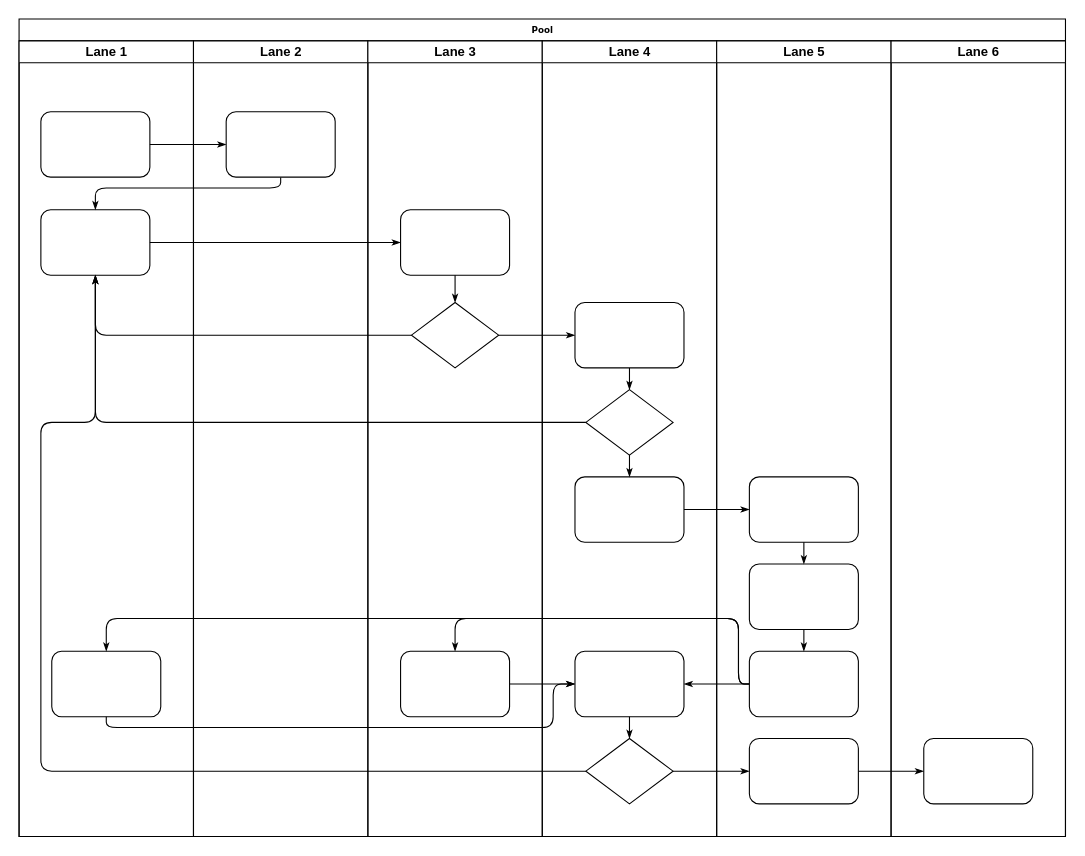
Before: page "Page-1" (1 of 2) of Docs/Swimlane1.drawio in rajh-phuyal/42Transcendence, a draw.io diagram. Source tidied: cells renumbered, new cells numbered last; positions are measured from the earlier drawing's top-left corner, leaving out a move shared by most shapes. Both pictures are drawn from the tidied source at 109%, with x=0, y=0 at pixel (19, 19).
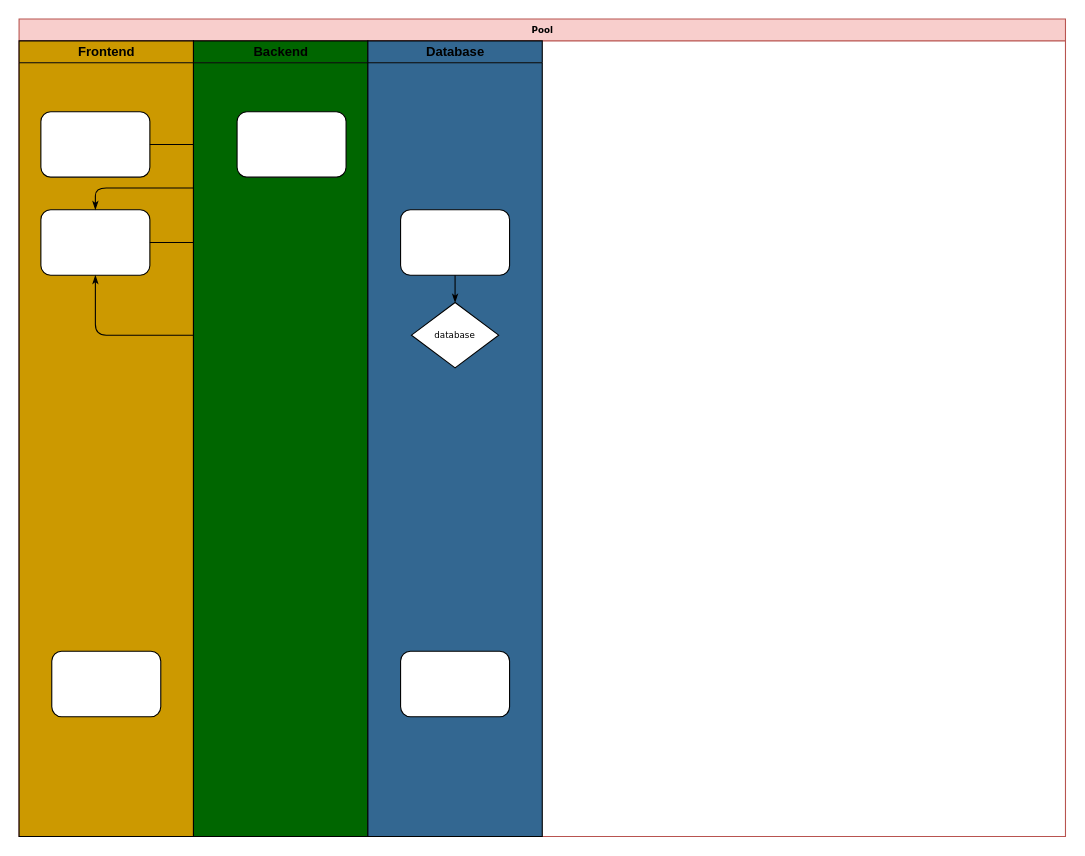
After the change.

The change refers to these unchanged cells:
```xml
<mxCell id="4" style="rounded=1;whiteSpace=wrap;html=1;shadow=0;labelBackgroundColor=none;strokeWidth=1;fontFamily=Verdana;fontSize=8;align=center;" parent="3" vertex="1">
  <mxGeometry x="20" y="65" width="100" height="60" as="geometry" />
</mxCell>
<mxCell id="5" style="rounded=1;whiteSpace=wrap;html=1;shadow=0;labelBackgroundColor=none;strokeWidth=1;fontFamily=Verdana;fontSize=8;align=center;" parent="3" vertex="1">
  <mxGeometry x="20" y="155" width="100" height="60" as="geometry" />
</mxCell>
<mxCell id="6" style="rounded=1;whiteSpace=wrap;html=1;shadow=0;labelBackgroundColor=none;strokeWidth=1;fontFamily=Verdana;fontSize=8;align=center;" parent="3" vertex="1">
  <mxGeometry x="30" y="560" width="100" height="60" as="geometry" />
</mxCell>
<mxCell id="27" style="rounded=1;whiteSpace=wrap;html=1;shadow=0;labelBackgroundColor=none;strokeWidth=1;fontFamily=Verdana;fontSize=8;align=center;" parent="24" vertex="1">
  <mxGeometry x="30" y="560" width="100" height="60" as="geometry" />
</mxCell>
```

What changed in the source:
```diff
@@
-    <mxCell id="2" value="Pool" style="swimlane;html=1;startSize=20;rounded=0;shadow=0;labelBackgroundColor=none;strokeWidth=1;fontFamily=Verdana;fontSize=8;align=center;" parent="1" vertex="1">
+    <mxCell id="2" value="Pool" style="swimlane;html=1;startSize=20;rounded=0;shadow=0;labelBackgroundColor=none;strokeWidth=1;fontFamily=Verdana;fontSize=8;align=center;fillColor=#f8cecc;strokeColor=#b85450;" parent="1" vertex="1">
       <mxGeometry width="960" height="750" as="geometry" />
     </mxCell>
-    <mxCell id="3" value="Lane 1" style="swimlane;html=1;startSize=20;" parent="2" vertex="1">
+    <mxCell id="3" value="&lt;span style=&quot;background-color: rgb(204, 153, 0);&quot;&gt;Frontend&lt;/span&gt;" style="swimlane;html=1;startSize=20;fillColor=#cc9900;swimlaneFillColor=#cc9900;gradientColor=none;" parent="2" vertex="1">
       <mxGeometry y="20" width="160" height="730" as="geometry" />
     </mxCell>
@@
-    <mxCell id="7" style="edgeStyle=orthogonalEdgeStyle;rounded=1;html=1;labelBackgroundColor=none;startArrow=none;startFill=0;startSize=5;endArrow=classicThin;endFill=1;endSize=5;jettySize=auto;strokeWidth=1;fontFamily=Verdana;fontSize=8;" parent="2" edge="1" source="4" target="23">
-      <mxGeometry relative="1" as="geometry" />
-    </mxCell>
@@
-    <mxCell id="11" style="edgeStyle=orthogonalEdgeStyle;rounded=1;html=1;labelBackgroundColor=none;startArrow=none;startFill=0;startSize=5;endArrow=classicThin;endFill=1;endSize=5;jettySize=auto;strokeWidth=1;fontFamily=Verdana;fontSize=8;" parent="2" edge="1" source="31" target="5">
-      <mxGeometry relative="1" as="geometry" />
-    </mxCell>
-    <mxCell id="12" style="edgeStyle=orthogonalEdgeStyle;rounded=1;html=1;labelBackgroundColor=none;startArrow=none;startFill=0;startSize=5;endArrow=classicThin;endFill=1;endSize=5;jettySize=auto;strokeWidth=1;fontFamily=Verdana;fontSize=8;" parent="2" edge="1" source="34" target="5">
-      <mxGeometry relative="1" as="geometry">
-        <Array as="points">
-          <mxPoint x="20" y="690" />
-          <mxPoint x="20" y="370" />
-          <mxPoint x="70" y="370" />
-        </Array>
-      </mxGeometry>
-    </mxCell>
-    <mxCell id="13" style="edgeStyle=orthogonalEdgeStyle;rounded=1;html=1;labelBackgroundColor=none;startArrow=none;startFill=0;startSize=5;endArrow=classicThin;endFill=1;endSize=5;jettySize=auto;strokeWidth=1;fontFamily=Verdana;fontSize=8;" parent="2" edge="1" source="26" target="30">
-      <mxGeometry relative="1" as="geometry" />
-    </mxCell>
-    <mxCell id="14" style="edgeStyle=orthogonalEdgeStyle;rounded=1;html=1;labelBackgroundColor=none;startArrow=none;startFill=0;startSize=5;endArrow=classicThin;endFill=1;endSize=5;jettySize=auto;strokeWidth=1;fontFamily=Verdana;fontSize=8;" parent="2" edge="1" source="34" target="42">
-      <mxGeometry relative="1" as="geometry" />
-    </mxCell>
-    <mxCell id="15" style="edgeStyle=orthogonalEdgeStyle;rounded=1;html=1;labelBackgroundColor=none;startArrow=none;startFill=0;startSize=5;endArrow=classicThin;endFill=1;endSize=5;jettySize=auto;strokeWidth=1;fontFamily=Verdana;fontSize=8;" parent="2" edge="1" source="42" target="46">
-      <mxGeometry relative="1" as="geometry" />
-    </mxCell>
-    <mxCell id="16" style="edgeStyle=orthogonalEdgeStyle;rounded=1;html=1;labelBackgroundColor=none;startArrow=none;startFill=0;startSize=5;endArrow=classicThin;endFill=1;endSize=5;jettySize=auto;strokeWidth=1;fontFamily=Verdana;fontSize=8;" parent="2" edge="1" source="32" target="39">
-      <mxGeometry relative="1" as="geometry" />
-    </mxCell>
-    <mxCell id="17" style="edgeStyle=orthogonalEdgeStyle;rounded=1;html=1;labelBackgroundColor=none;startArrow=none;startFill=0;startSize=5;endArrow=classicThin;endFill=1;endSize=5;jettySize=auto;strokeWidth=1;fontFamily=Verdana;fontSize=8;" parent="2" edge="1" source="41" target="27">
-      <mxGeometry relative="1" as="geometry">
-        <Array as="points">
-          <mxPoint x="660" y="610" />
-          <mxPoint x="660" y="550" />
-          <mxPoint x="400" y="550" />
-        </Array>
-      </mxGeometry>
-    </mxCell>
-    <mxCell id="18" style="edgeStyle=orthogonalEdgeStyle;rounded=1;html=1;labelBackgroundColor=none;startArrow=none;startFill=0;startSize=5;endArrow=classicThin;endFill=1;endSize=5;jettySize=auto;strokeColor=#000000;strokeWidth=1;fontFamily=Verdana;fontSize=8;fontColor=#000000;" parent="2" edge="1" source="41" target="33">
-      <mxGeometry relative="1" as="geometry" />
-    </mxCell>
-    <mxCell id="19" style="edgeStyle=orthogonalEdgeStyle;rounded=1;html=1;labelBackgroundColor=none;startArrow=none;startFill=0;startSize=5;endArrow=classicThin;endFill=1;endSize=5;jettySize=auto;strokeWidth=1;fontFamily=Verdana;fontSize=8;" parent="2" edge="1" source="41" target="6">
-      <mxGeometry relative="1" as="geometry">
-        <Array as="points">
-          <mxPoint x="660" y="610" />
-          <mxPoint x="660" y="550" />
-          <mxPoint x="80" y="550" />
-        </Array>
-      </mxGeometry>
-    </mxCell>
-    <mxCell id="20" style="edgeStyle=orthogonalEdgeStyle;rounded=1;html=1;labelBackgroundColor=none;startArrow=none;startFill=0;startSize=5;endArrow=classicThin;endFill=1;endSize=5;jettySize=auto;strokeWidth=1;fontFamily=Verdana;fontSize=8;" parent="2" edge="1" source="6" target="33">
-      <mxGeometry relative="1" as="geometry">
-        <Array as="points">
-          <mxPoint x="80" y="650" />
-          <mxPoint x="490" y="650" />
-          <mxPoint x="490" y="610" />
-        </Array>
-      </mxGeometry>
-    </mxCell>
-    <mxCell id="21" style="edgeStyle=orthogonalEdgeStyle;rounded=1;html=1;labelBackgroundColor=none;startArrow=none;startFill=0;startSize=5;endArrow=classicThin;endFill=1;endSize=5;jettySize=auto;strokeWidth=1;fontFamily=Verdana;fontSize=8;" parent="2" edge="1" source="27" target="33">
-      <mxGeometry relative="1" as="geometry" />
-    </mxCell>
+    <mxCell id="7" style="edgeStyle=orthogonalEdgeStyle;rounded=0;jettySize=auto;html=1;" parent="2" edge="1" source="4" target="23">
+      <mxGeometry relative="1" as="geometry" />
+    </mxCell>
-    <mxCell id="22" value="Lane 2" style="swimlane;html=1;startSize=20;" parent="2" vertex="1">
+    <mxCell id="22" value="Backend" style="swimlane;html=1;startSize=20;swimlaneFillColor=#006600;fillColor=#006600;strokeColor=default;" parent="2" vertex="1">
       <mxGeometry x="160" y="20" width="160" height="730" as="geometry" />
     </mxCell>
     <mxCell id="23" style="rounded=1;whiteSpace=wrap;html=1;shadow=0;labelBackgroundColor=none;strokeWidth=1;fontFamily=Verdana;fontSize=8;align=center;" parent="22" vertex="1">
-      <mxGeometry x="30" y="65" width="100" height="60" as="geometry" />
+      <mxGeometry x="40" y="65" width="100" height="60" as="geometry" />
     </mxCell>
-    <mxCell id="24" value="Lane 3" style="swimlane;html=1;startSize=20;" parent="2" vertex="1">
+    <mxCell id="24" value="Database" style="swimlane;html=1;startSize=20;swimlaneFillColor=#336791;fillColor=#336791;" parent="2" vertex="1">
       <mxGeometry x="320" y="20" width="160" height="730" as="geometry" />
     </mxCell>
@@
-    <mxCell id="26" style="rhombus;whiteSpace=wrap;html=1;rounded=0;shadow=0;labelBackgroundColor=none;strokeWidth=1;fontFamily=Verdana;fontSize=8;align=center;" parent="24" vertex="1">
+    <mxCell id="26" value="database" style="rhombus;whiteSpace=wrap;html=1;rounded=0;shadow=0;labelBackgroundColor=none;strokeWidth=1;fontFamily=Verdana;fontSize=8;align=center;" parent="24" vertex="1">
       <mxGeometry x="40" y="240" width="80" height="60" as="geometry" />
     </mxCell>
@@
-    <mxCell id="29" value="Lane 4" style="swimlane;html=1;startSize=20;" parent="2" vertex="1">
-      <mxGeometry x="480" y="20" width="160" height="730" as="geometry" />
-    </mxCell>
-    <mxCell id="30" style="rounded=1;whiteSpace=wrap;html=1;shadow=0;labelBackgroundColor=none;strokeWidth=1;fontFamily=Verdana;fontSize=8;align=center;" parent="29" vertex="1">
-      <mxGeometry x="30" y="240" width="100" height="60" as="geometry" />
-    </mxCell>
-    <mxCell id="31" style="rhombus;whiteSpace=wrap;html=1;rounded=0;shadow=0;labelBackgroundColor=none;strokeWidth=1;fontFamily=Verdana;fontSize=8;align=center;" parent="29" vertex="1">
-      <mxGeometry x="40" y="320" width="80" height="60" as="geometry" />
-    </mxCell>
-    <mxCell id="32" style="rounded=1;whiteSpace=wrap;html=1;shadow=0;labelBackgroundColor=none;strokeWidth=1;fontFamily=Verdana;fontSize=8;align=center;" parent="29" vertex="1">
-      <mxGeometry x="30" y="400" width="100" height="60" as="geometry" />
-    </mxCell>
-    <mxCell id="33" style="rounded=1;whiteSpace=wrap;html=1;shadow=0;labelBackgroundColor=none;strokeWidth=1;fontFamily=Verdana;fontSize=8;align=center;" parent="29" vertex="1">
-      <mxGeometry x="30" y="560" width="100" height="60" as="geometry" />
-    </mxCell>
-    <mxCell id="34" style="rhombus;whiteSpace=wrap;html=1;rounded=0;shadow=0;labelBackgroundColor=none;strokeWidth=1;fontFamily=Verdana;fontSize=8;align=center;" parent="29" vertex="1">
-      <mxGeometry x="40" y="640" width="80" height="60" as="geometry" />
-    </mxCell>
-    <mxCell id="35" style="edgeStyle=orthogonalEdgeStyle;rounded=1;html=1;labelBackgroundColor=none;startArrow=none;startFill=0;startSize=5;endArrow=classicThin;endFill=1;endSize=5;jettySize=auto;strokeColor=#000000;strokeWidth=1;fontFamily=Verdana;fontSize=8;fontColor=#000000;" parent="29" edge="1" source="30" target="31">
-      <mxGeometry relative="1" as="geometry" />
-    </mxCell>
-    <mxCell id="36" style="edgeStyle=orthogonalEdgeStyle;rounded=1;html=1;labelBackgroundColor=none;startArrow=none;startFill=0;startSize=5;endArrow=classicThin;endFill=1;endSize=5;jettySize=auto;strokeWidth=1;fontFamily=Verdana;fontSize=8;" parent="29" edge="1" source="31" target="32">
-      <mxGeometry relative="1" as="geometry" />
-    </mxCell>
-    <mxCell id="37" style="edgeStyle=orthogonalEdgeStyle;rounded=1;html=1;labelBackgroundColor=none;startArrow=none;startFill=0;startSize=5;endArrow=classicThin;endFill=1;endSize=5;jettySize=auto;strokeWidth=1;fontFamily=Verdana;fontSize=8;" parent="29" edge="1" source="33" target="34">
-      <mxGeometry relative="1" as="geometry" />
-    </mxCell>
-    <mxCell id="38" value="Lane 5" style="swimlane;html=1;startSize=20;" parent="2" vertex="1">
-      <mxGeometry x="640" y="20" width="160" height="730" as="geometry" />
-    </mxCell>
-    <mxCell id="39" style="rounded=1;whiteSpace=wrap;html=1;shadow=0;labelBackgroundColor=none;strokeWidth=1;fontFamily=Verdana;fontSize=8;align=center;" parent="38" vertex="1">
-      <mxGeometry x="30" y="400" width="100" height="60" as="geometry" />
-    </mxCell>
-    <mxCell id="40" style="rounded=1;whiteSpace=wrap;html=1;shadow=0;labelBackgroundColor=none;strokeWidth=1;fontFamily=Verdana;fontSize=8;align=center;" parent="38" vertex="1">
-      <mxGeometry x="30" y="480" width="100" height="60" as="geometry" />
-    </mxCell>
-    <mxCell id="41" style="rounded=1;whiteSpace=wrap;html=1;shadow=0;labelBackgroundColor=none;strokeWidth=1;fontFamily=Verdana;fontSize=8;align=center;" parent="38" vertex="1">
-      <mxGeometry x="30" y="560" width="100" height="60" as="geometry" />
-    </mxCell>
-    <mxCell id="42" style="rounded=1;whiteSpace=wrap;html=1;shadow=0;labelBackgroundColor=none;strokeWidth=1;fontFamily=Verdana;fontSize=8;align=center;" parent="38" vertex="1">
-      <mxGeometry x="30" y="640" width="100" height="60" as="geometry" />
-    </mxCell>
-    <mxCell id="43" style="edgeStyle=orthogonalEdgeStyle;rounded=1;html=1;labelBackgroundColor=none;startArrow=none;startFill=0;startSize=5;endArrow=classicThin;endFill=1;endSize=5;jettySize=auto;strokeWidth=1;fontFamily=Verdana;fontSize=8;" parent="38" edge="1" source="39" target="40">
-      <mxGeometry relative="1" as="geometry" />
-    </mxCell>
-    <mxCell id="44" style="edgeStyle=orthogonalEdgeStyle;rounded=1;html=1;labelBackgroundColor=none;startArrow=none;startFill=0;startSize=5;endArrow=classicThin;endFill=1;endSize=5;jettySize=auto;strokeWidth=1;fontFamily=Verdana;fontSize=8;" parent="38" edge="1" source="40" target="41">
-      <mxGeometry relative="1" as="geometry" />
-    </mxCell>
-    <mxCell id="45" value="Lane 6" style="swimlane;html=1;startSize=20;" parent="2" vertex="1">
-      <mxGeometry x="800" y="20" width="160" height="730" as="geometry" />
-    </mxCell>
-    <mxCell id="46" style="rounded=1;whiteSpace=wrap;html=1;shadow=0;labelBackgroundColor=none;strokeWidth=1;fontFamily=Verdana;fontSize=8;align=center;" parent="45" vertex="1">
-      <mxGeometry x="30" y="640" width="100" height="60" as="geometry" />
-    </mxCell>
```
